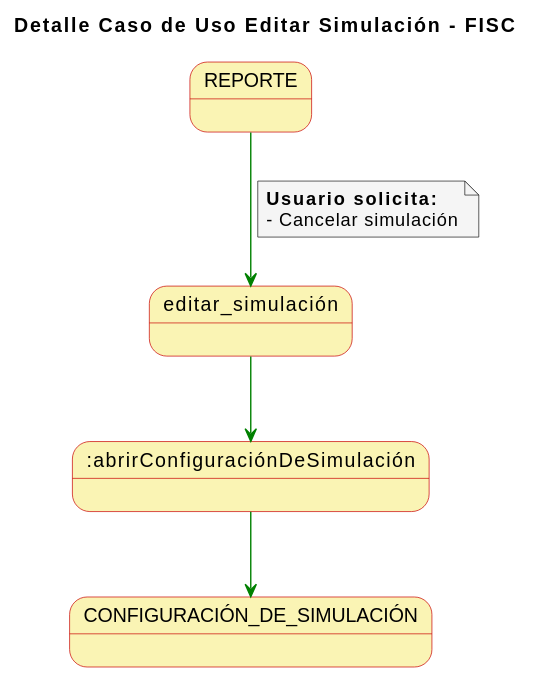
This is imagenes/casosDeUso/detallesCasosUso/detalleCasoUsoEditarSimulacion.svg from mmasias/23-24-IdSw1-SDR, a PlantUML export, as it was before one commit. Source of this version:
```plantuml
@startuml
skinparam state {
  BackgroundColor #faf4b4
  BorderColor #c90000
}

skinparam note {
  BackgroundColor #f5f5f5
}

skinparam linetype polyline

title Detalle Caso de Uso Editar Simulación - FISC


REPORTE -[#green]-> editar_simulación
note on link
  **Usuario solicita:**
  - Cancelar simulación
end note

editar_simulación-[#green]-> :abrirConfiguraciónDeSimulación
:abrirConfiguraciónDeSimulación-[#green]-> CONFIGURACIÓN_DE_SIMULACIÓN
@enduml
```
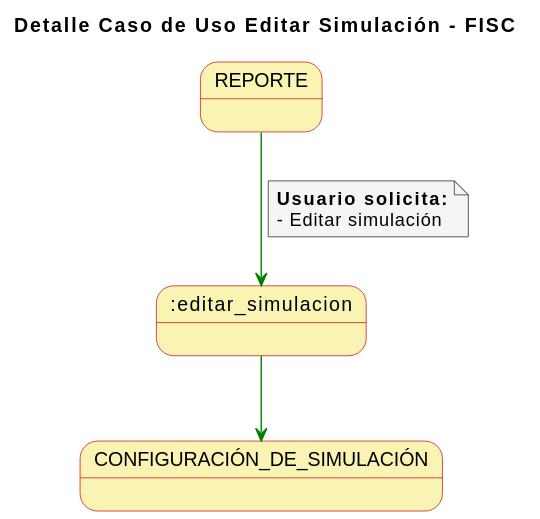
The same diagram one commit later.

The edit, as a diff of the source:
```diff
@@ -13,12 +13,11 @@
 title Detalle Caso de Uso Editar Simulación - FISC
 
 
-REPORTE -[#green]-> editar_simulación
+REPORTE -[#green]-> :editar_simulacion
 note on link
   **Usuario solicita:**
-  - Cancelar simulación
+  - Editar simulación
 end note
 
-editar_simulación-[#green]-> :abrirConfiguraciónDeSimulación
-:abrirConfiguraciónDeSimulación-[#green]-> CONFIGURACIÓN_DE_SIMULACIÓN
+:editar_simulacion -[#green]-> CONFIGURACIÓN_DE_SIMULACIÓN
 @enduml
```
